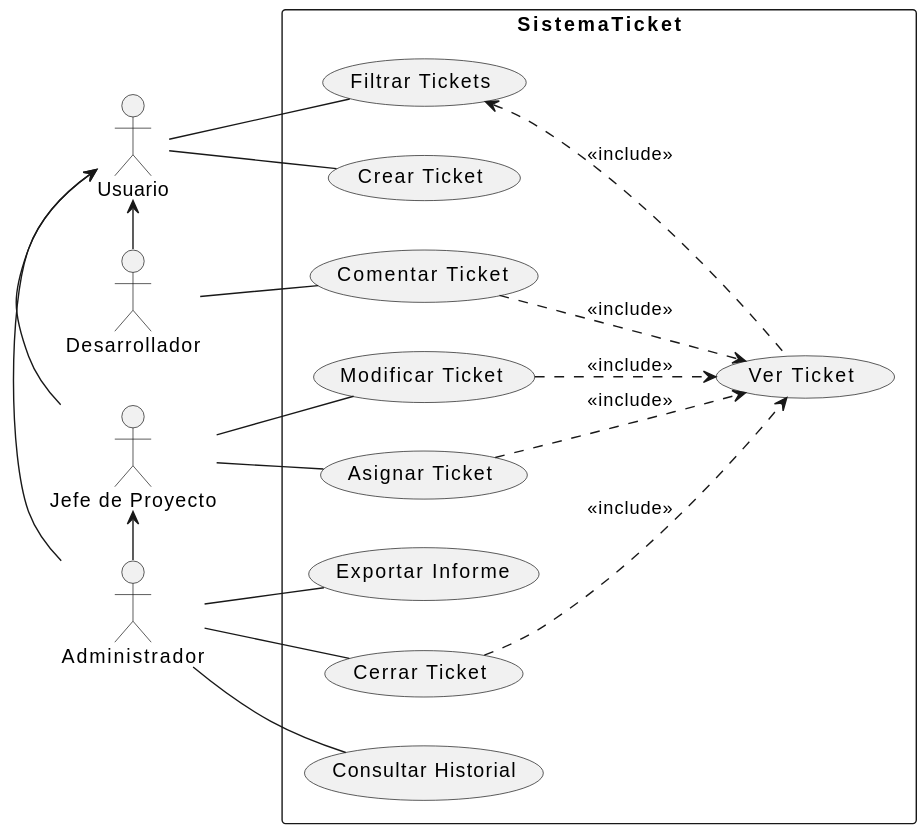
mmasias/23-24-IdSw1-SDR keeps this PlantUML diagram as imagenes/modelosUML/CDUSistemaTicket.svg. Above is the earlier version.
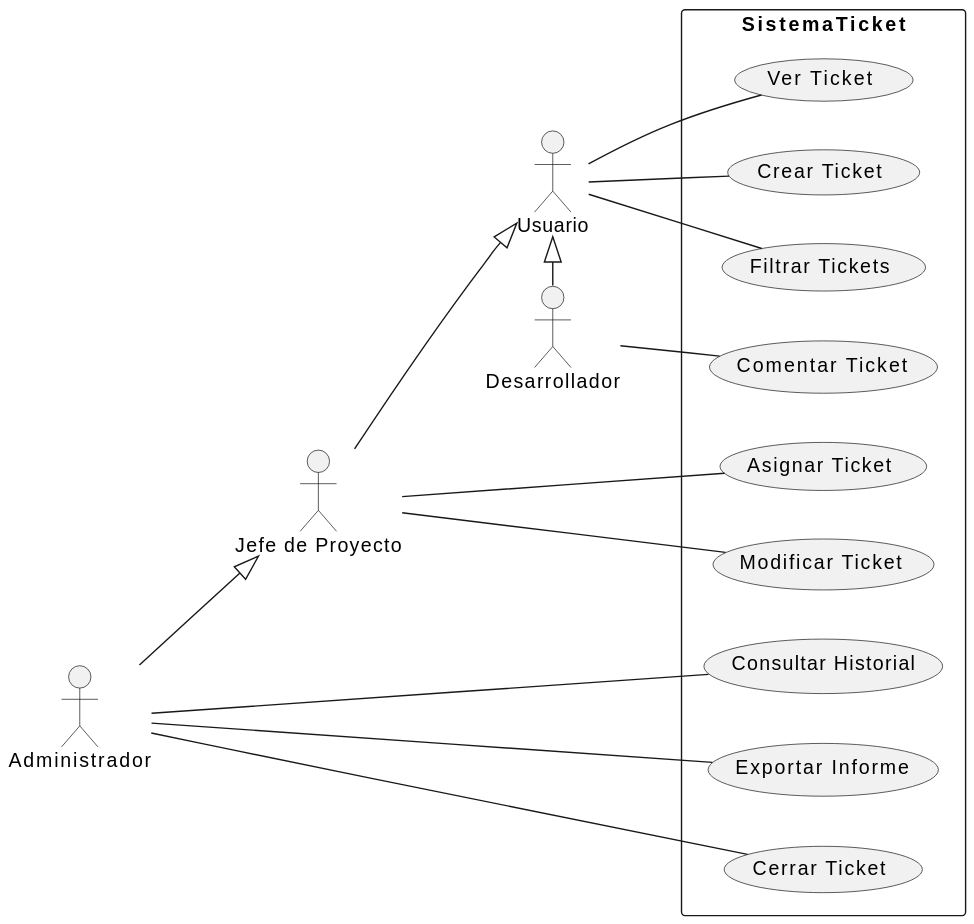
Later version of the same file.

Change to the diagram source:
```diff
@@ -1,31 +1,23 @@
 @startuml
 left to right direction
 
+actor Usuario as Usuario
 actor "Jefe de Proyecto" as JefeProyecto
 actor Administrador as Admin
-actor Usuario as Usuario
 actor Desarrollador as Dev
 
-rectangle SistemaTicket{
-    Dev -l-> Usuario
-    Dev -- (Comentar Ticket)
-    Usuario -l- (Crear Ticket)
-    Usuario -- (Filtrar Tickets)
-    JefeProyecto -l-> Usuario
-    JefeProyecto -- (Asignar Ticket)
-    JefeProyecto -- (Modificar Ticket)
-    Admin -l-> Usuario
-    Admin -l-> JefeProyecto
-    Admin -- (Consultar Historial)
-    Admin -- (Exportar Informe)
-    Admin -- (Cerrar Ticket)
-
-    (Filtrar Tickets) <.. (Ver Ticket) :<<include>>
-    (Comentar Ticket) ..> (Ver Ticket) :<<include>>
-    (Modificar Ticket) ..> (Ver Ticket) :<<include>>
-    (Asignar Ticket) ..> (Ver Ticket) :<<include>>
-    (Cerrar Ticket) ..> (Ver Ticket) :<<include>>
-
-
+rectangle SistemaTicket {
+  Usuario -- (Ver Ticket)
+  Dev -- (Comentar Ticket)
+  Usuario -- (Crear Ticket)
+  Usuario -- (Filtrar Tickets)
+JefeProyecto -- (Asignar Ticket)
+  JefeProyecto -- (Modificar Ticket)
+  Admin -- (Consultar Historial)
+  Admin -- (Exportar Informe)
+  Admin -- (Cerrar Ticket)
+  Dev -l-|> Usuario
+  JefeProyecto --|> Usuario
+  Admin --|> JefeProyecto
 }
 @enduml
```
